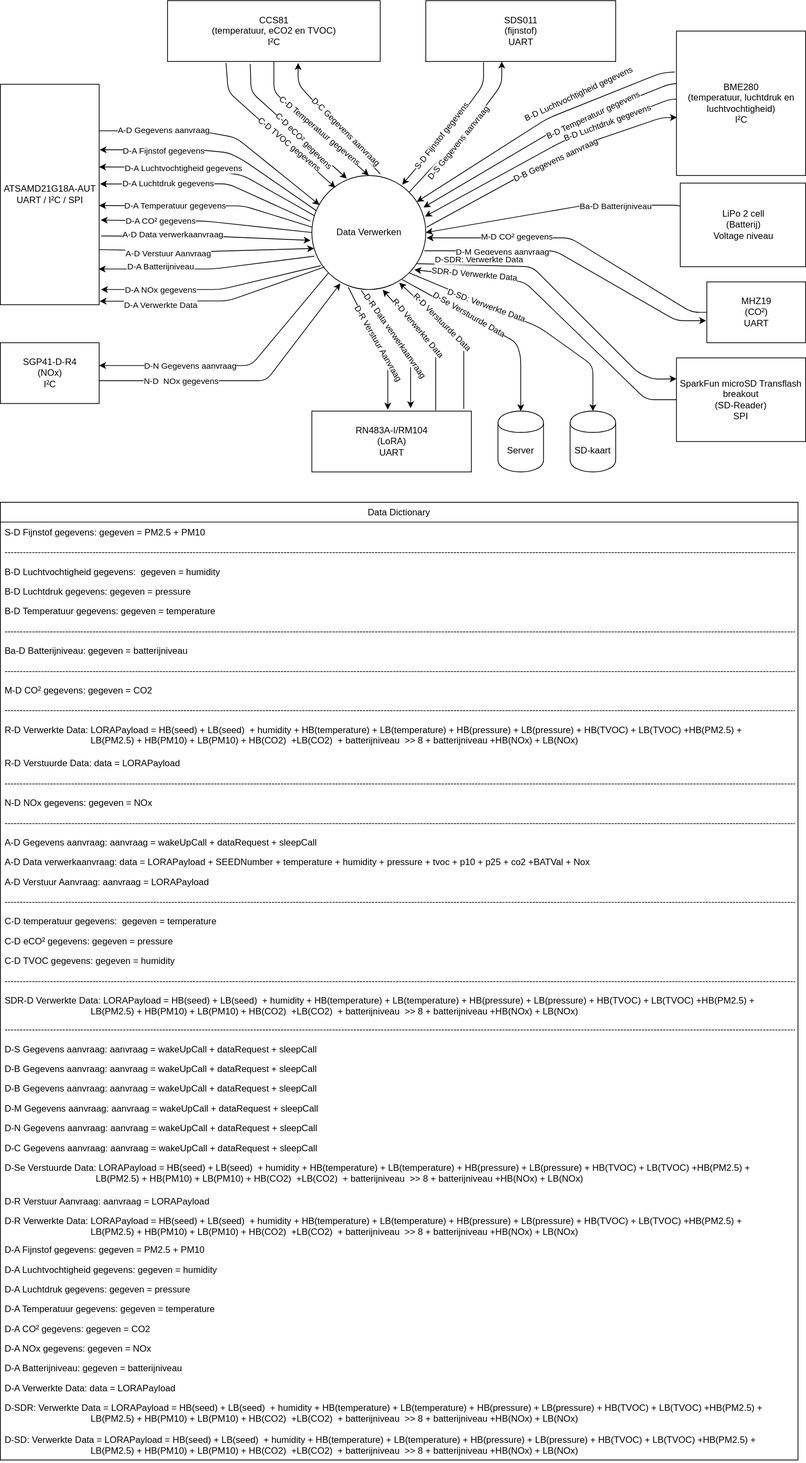
747oli/Luchtkwaliteitssensor_analyse keeps this draw.io diagram as assets/DataflowDiagram-SituationToBe.svg. Above is the earlier version. Source tidied: cells renumbered, new cells last; positions are measured from the earlier drawing's top-left corner, leaving out a move shared by most shapes.
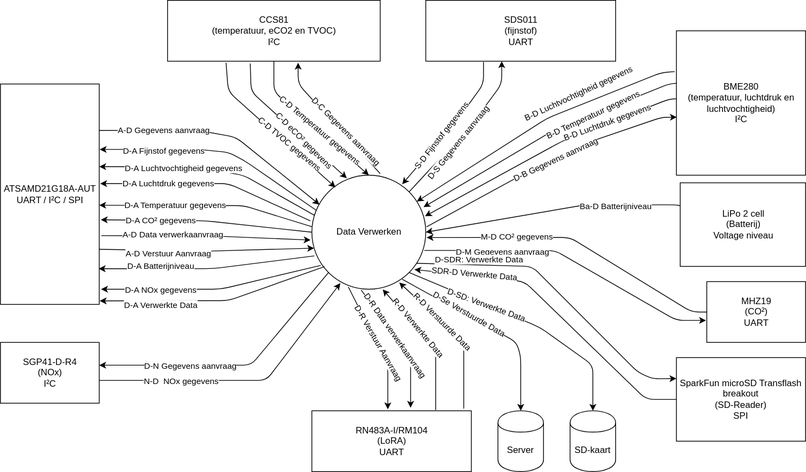
After the commit.

Commit message:
Fix Dataflow Diagram // Fix Flow Chart ATSAMD

What changed in the source:
```diff
@@ -370,141 +370,6 @@
     <mxCell id="65" value="D-A NOx gegevens" style="edgeLabel;html=1;align=center;verticalAlign=middle;" parent="1" vertex="1">
       <mxGeometry x="210" y="380" as="geometry" />
     </mxCell>
-    <mxCell id="66" value="Data Dictionary" style="swimlane;fontStyle=0;horizontal=1;startSize=26;fillColor=none;" parent="1" vertex="1">
-      <mxGeometry y="660" width="1050" height="1260" as="geometry" />
-    </mxCell>
-    <mxCell id="67" value="S-D Fijnstof gegevens: gegeven = PM2.5 + PM10" style="text;strokeColor=none;fillColor=none;align=left;verticalAlign=top;spacingLeft=4;spacingRight=4;overflow=hidden;fontStyle=0;" parent="66" vertex="1">
-      <mxGeometry y="26" width="1050" height="26" as="geometry" />
-    </mxCell>
-    <mxCell id="68" value="---------------------------------------------------------------------------------------------------------------------------------------------------------------------------------------------------------------------------------------------------------------------------------" style="text;strokeColor=none;fillColor=none;align=left;verticalAlign=top;spacingLeft=4;spacingRight=4;overflow=hidden;" parent="66" vertex="1">
-      <mxGeometry y="52" width="1050" height="26" as="geometry" />
-    </mxCell>
-    <mxCell id="69" value="B-D Luchtvochtigheid gegevens:  gegeven = humidity" style="text;strokeColor=none;fillColor=none;align=left;verticalAlign=top;spacingLeft=4;spacingRight=4;overflow=hidden;" parent="66" vertex="1">
-      <mxGeometry y="78" width="1050" height="26" as="geometry" />
-    </mxCell>
-    <mxCell id="70" value="B-D Luchtdruk gegevens: gegeven = pressure&#10;" style="text;strokeColor=none;fillColor=none;align=left;verticalAlign=top;spacingLeft=4;spacingRight=4;overflow=hidden;" parent="66" vertex="1">
-      <mxGeometry y="104" width="1050" height="26" as="geometry" />
-    </mxCell>
-    <mxCell id="71" value="B-D Temperatuur gegevens: gegeven = temperature" style="text;strokeColor=none;fillColor=none;align=left;verticalAlign=top;spacingLeft=4;spacingRight=4;overflow=hidden;" parent="66" vertex="1">
-      <mxGeometry y="130" width="1050" height="26" as="geometry" />
-    </mxCell>
-    <mxCell id="72" value="---------------------------------------------------------------------------------------------------------------------------------------------------------------------------------------------------------------------------------------------------------------------------------" style="text;strokeColor=none;fillColor=none;align=left;verticalAlign=top;spacingLeft=4;spacingRight=4;overflow=hidden;" parent="66" vertex="1">
-      <mxGeometry y="156" width="1050" height="26" as="geometry" />
-    </mxCell>
-    <mxCell id="73" value="Ba-D Batterijniveau: gegeven = batterijniveau" style="text;strokeColor=none;fillColor=none;align=left;verticalAlign=top;spacingLeft=4;spacingRight=4;overflow=hidden;" parent="66" vertex="1">
-      <mxGeometry y="182" width="1050" height="26" as="geometry" />
-    </mxCell>
-    <mxCell id="74" value="---------------------------------------------------------------------------------------------------------------------------------------------------------------------------------------------------------------------------------------------------------------------------------" style="text;strokeColor=none;fillColor=none;align=left;verticalAlign=top;spacingLeft=4;spacingRight=4;overflow=hidden;" parent="66" vertex="1">
-      <mxGeometry y="208" width="1050" height="26" as="geometry" />
-    </mxCell>
-    <mxCell id="75" value="M-D CO² gegevens: gegeven = CO2" style="text;strokeColor=none;fillColor=none;align=left;verticalAlign=top;spacingLeft=4;spacingRight=4;overflow=hidden;" parent="66" vertex="1">
-      <mxGeometry y="234" width="1050" height="26" as="geometry" />
-    </mxCell>
-    <mxCell id="76" value="---------------------------------------------------------------------------------------------------------------------------------------------------------------------------------------------------------------------------------------------------------------------------------" style="text;strokeColor=none;fillColor=none;align=left;verticalAlign=top;spacingLeft=4;spacingRight=4;overflow=hidden;" parent="66" vertex="1">
-      <mxGeometry y="260" width="1050" height="26" as="geometry" />
-    </mxCell>
-    <mxCell id="77" value="R-D Verwerkte Data: LORAPayload = HB(seed) + LB(seed)  + humidity + HB(temperature) + LB(temperature) + HB(pressure) + LB(pressure) + HB(TVOC) + LB(TVOC) +HB(PM2.5) + &#10;                                  LB(PM2.5) + HB(PM10) + LB(PM10) + HB(CO2)  +LB(CO2)  + batterijniveau  &gt;&gt; 8 + batterijniveau +HB(NOx) + LB(NOx) " style="text;strokeColor=none;fillColor=none;align=left;verticalAlign=top;spacingLeft=4;spacingRight=4;overflow=hidden;" parent="66" vertex="1">
-      <mxGeometry y="286" width="1050" height="44" as="geometry" />
-    </mxCell>
-    <mxCell id="78" value="R-D Verstuurde Data: data = LORAPayload" style="text;strokeColor=none;fillColor=none;align=left;verticalAlign=top;spacingLeft=4;spacingRight=4;overflow=hidden;" parent="66" vertex="1">
-      <mxGeometry y="330" width="1050" height="26" as="geometry" />
-    </mxCell>
-    <mxCell id="79" value="---------------------------------------------------------------------------------------------------------------------------------------------------------------------------------------------------------------------------------------------------------------------------------" style="text;strokeColor=none;fillColor=none;align=left;verticalAlign=top;spacingLeft=4;spacingRight=4;overflow=hidden;" parent="66" vertex="1">
-      <mxGeometry y="356" width="1050" height="26" as="geometry" />
-    </mxCell>
-    <mxCell id="80" value="N-D NOx gegevens: gegeven = NOx" style="text;strokeColor=none;fillColor=none;align=left;verticalAlign=top;spacingLeft=4;spacingRight=4;overflow=hidden;" parent="66" vertex="1">
-      <mxGeometry y="382" width="1050" height="26" as="geometry" />
-    </mxCell>
-    <mxCell id="81" value="---------------------------------------------------------------------------------------------------------------------------------------------------------------------------------------------------------------------------------------------------------------------------------" style="text;strokeColor=none;fillColor=none;align=left;verticalAlign=top;spacingLeft=4;spacingRight=4;overflow=hidden;" parent="66" vertex="1">
-      <mxGeometry y="408" width="1050" height="26" as="geometry" />
-    </mxCell>
-    <mxCell id="82" value="A-D Gegevens aanvraag: aanvraag = wakeUpCall + dataRequest + sleepCall" style="text;strokeColor=none;fillColor=none;align=left;verticalAlign=top;spacingLeft=4;spacingRight=4;overflow=hidden;" parent="66" vertex="1">
-      <mxGeometry y="434" width="1050" height="26" as="geometry" />
-    </mxCell>
-    <mxCell id="83" value="A-D Data verwerkaanvraag: data = LORAPayload + SEEDNumber + temperature + humidity + pressure + tvoc + p10 + p25 + co2 +BATVal + Nox" style="text;strokeColor=none;fillColor=none;align=left;verticalAlign=top;spacingLeft=4;spacingRight=4;overflow=hidden;" parent="66" vertex="1">
-      <mxGeometry y="460" width="1050" height="26" as="geometry" />
-    </mxCell>
-    <mxCell id="84" value="A-D Verstuur Aanvraag: aanvraag = LORAPayload" style="text;strokeColor=none;fillColor=none;align=left;verticalAlign=top;spacingLeft=4;spacingRight=4;overflow=hidden;" parent="66" vertex="1">
-      <mxGeometry y="486" width="1050" height="26" as="geometry" />
-    </mxCell>
-    <mxCell id="85" value="---------------------------------------------------------------------------------------------------------------------------------------------------------------------------------------------------------------------------------------------------------------------------------" style="text;strokeColor=none;fillColor=none;align=left;verticalAlign=top;spacingLeft=4;spacingRight=4;overflow=hidden;" parent="66" vertex="1">
-      <mxGeometry y="512" width="1050" height="26" as="geometry" />
-    </mxCell>
-    <mxCell id="86" value="C-D temperatuur gegevens:  gegeven = temperature" style="text;strokeColor=none;fillColor=none;align=left;verticalAlign=top;spacingLeft=4;spacingRight=4;overflow=hidden;" parent="66" vertex="1">
-      <mxGeometry y="538" width="1050" height="26" as="geometry" />
-    </mxCell>
-    <mxCell id="87" value="C-D eCO² gegevens: gegeven = pressure" style="text;strokeColor=none;fillColor=none;align=left;verticalAlign=top;spacingLeft=4;spacingRight=4;overflow=hidden;" parent="66" vertex="1">
-      <mxGeometry y="564" width="1050" height="26" as="geometry" />
-    </mxCell>
-    <mxCell id="88" value="C-D TVOC gegevens: gegeven = humidity" style="text;strokeColor=none;fillColor=none;align=left;verticalAlign=top;spacingLeft=4;spacingRight=4;overflow=hidden;" parent="66" vertex="1">
-      <mxGeometry y="590" width="1050" height="26" as="geometry" />
-    </mxCell>
-    <mxCell id="89" value="---------------------------------------------------------------------------------------------------------------------------------------------------------------------------------------------------------------------------------------------------------------------------------" style="text;strokeColor=none;fillColor=none;align=left;verticalAlign=top;spacingLeft=4;spacingRight=4;overflow=hidden;" parent="66" vertex="1">
-      <mxGeometry y="616" width="1050" height="26" as="geometry" />
-    </mxCell>
-    <mxCell id="90" value="SDR-D Verwerkte Data: LORAPayload = HB(seed) + LB(seed)  + humidity + HB(temperature) + LB(temperature) + HB(pressure) + LB(pressure) + HB(TVOC) + LB(TVOC) +HB(PM2.5) + &#10;                                  LB(PM2.5) + HB(PM10) + LB(PM10) + HB(CO2)  +LB(CO2)  + batterijniveau  &gt;&gt; 8 + batterijniveau +HB(NOx) + LB(NOx) " style="text;strokeColor=none;fillColor=none;align=left;verticalAlign=top;spacingLeft=4;spacingRight=4;overflow=hidden;" parent="66" vertex="1">
-      <mxGeometry y="642" width="1050" height="38" as="geometry" />
-    </mxCell>
-    <mxCell id="91" value="---------------------------------------------------------------------------------------------------------------------------------------------------------------------------------------------------------------------------------------------------------------------------------" style="text;strokeColor=none;fillColor=none;align=left;verticalAlign=top;spacingLeft=4;spacingRight=4;overflow=hidden;" parent="66" vertex="1">
-      <mxGeometry y="680" width="1050" height="26" as="geometry" />
-    </mxCell>
-    <mxCell id="92" value="D-S Gegevens aanvraag: aanvraag = wakeUpCall + dataRequest + sleepCall" style="text;strokeColor=none;fillColor=none;align=left;verticalAlign=top;spacingLeft=4;spacingRight=4;overflow=hidden;" parent="66" vertex="1">
-      <mxGeometry y="706" width="1050" height="26" as="geometry" />
-    </mxCell>
-    <mxCell id="93" value="D-B Gegevens aanvraag: aanvraag = wakeUpCall + dataRequest + sleepCall" style="text;strokeColor=none;fillColor=none;align=left;verticalAlign=top;spacingLeft=4;spacingRight=4;overflow=hidden;" parent="66" vertex="1">
-      <mxGeometry y="732" width="1050" height="26" as="geometry" />
-    </mxCell>
-    <mxCell id="94" value="D-B Gegevens aanvraag: aanvraag = wakeUpCall + dataRequest + sleepCall" style="text;strokeColor=none;fillColor=none;align=left;verticalAlign=top;spacingLeft=4;spacingRight=4;overflow=hidden;" parent="66" vertex="1">
-      <mxGeometry y="758" width="1050" height="26" as="geometry" />
-    </mxCell>
-    <mxCell id="95" value="D-M Gegevens aanvraag: aanvraag = wakeUpCall + dataRequest + sleepCall" style="text;strokeColor=none;fillColor=none;align=left;verticalAlign=top;spacingLeft=4;spacingRight=4;overflow=hidden;" parent="66" vertex="1">
-      <mxGeometry y="784" width="1050" height="26" as="geometry" />
-    </mxCell>
-    <mxCell id="96" value="D-N Gegevens aanvraag: aanvraag = wakeUpCall + dataRequest + sleepCall" style="text;strokeColor=none;fillColor=none;align=left;verticalAlign=top;spacingLeft=4;spacingRight=4;overflow=hidden;" parent="66" vertex="1">
-      <mxGeometry y="810" width="1050" height="26" as="geometry" />
-    </mxCell>
-    <mxCell id="97" value="D-C Gegevens aanvraag: aanvraag = wakeUpCall + dataRequest + sleepCall" style="text;strokeColor=none;fillColor=none;align=left;verticalAlign=top;spacingLeft=4;spacingRight=4;overflow=hidden;" parent="66" vertex="1">
-      <mxGeometry y="836" width="1050" height="26" as="geometry" />
-    </mxCell>
-    <mxCell id="98" value="D-Se Verstuurde Data: LORAPayload = HB(seed) + LB(seed)  + humidity + HB(temperature) + LB(temperature) + HB(pressure) + LB(pressure) + HB(TVOC) + LB(TVOC) +HB(PM2.5) +&#10;                                    LB(PM2.5) + HB(PM10) + LB(PM10) + HB(CO2)  +LB(CO2)  + batterijniveau  &gt;&gt; 8 + batterijniveau +HB(NOx) + LB(NOx) " style="text;strokeColor=none;fillColor=none;align=left;verticalAlign=top;spacingLeft=4;spacingRight=4;overflow=hidden;" parent="66" vertex="1">
-      <mxGeometry y="862" width="1050" height="44" as="geometry" />
-    </mxCell>
-    <mxCell id="99" value="D-R Verstuur Aanvraag: aanvraag = LORAPayload" style="text;strokeColor=none;fillColor=none;align=left;verticalAlign=top;spacingLeft=4;spacingRight=4;overflow=hidden;" parent="66" vertex="1">
-      <mxGeometry y="906" width="1050" height="26" as="geometry" />
-    </mxCell>
-    <mxCell id="100" value="D-R Verwerkte Data: LORAPayload = HB(seed) + LB(seed)  + humidity + HB(temperature) + LB(temperature) + HB(pressure) + LB(pressure) + HB(TVOC) + LB(TVOC) +HB(PM2.5) +&#10;                                  LB(PM2.5) + HB(PM10) + LB(PM10) + HB(CO2)  +LB(CO2)  + batterijniveau  &gt;&gt; 8 + batterijniveau +HB(NOx) + LB(NOx) " style="text;strokeColor=none;fillColor=none;align=left;verticalAlign=top;spacingLeft=4;spacingRight=4;overflow=hidden;" parent="66" vertex="1">
-      <mxGeometry y="932" width="1050" height="38" as="geometry" />
-    </mxCell>
-    <mxCell id="101" value="D-A Fijnstof gegevens: gegeven = PM2.5 + PM10" style="text;strokeColor=none;fillColor=none;align=left;verticalAlign=top;spacingLeft=4;spacingRight=4;overflow=hidden;" parent="66" vertex="1">
-      <mxGeometry y="970" width="1050" height="26" as="geometry" />
-    </mxCell>
-    <mxCell id="102" value="D-A Luchtvochtigheid gegevens: gegeven = humidity" style="text;strokeColor=none;fillColor=none;align=left;verticalAlign=top;spacingLeft=4;spacingRight=4;overflow=hidden;" parent="66" vertex="1">
-      <mxGeometry y="996" width="1050" height="26" as="geometry" />
-    </mxCell>
-    <mxCell id="103" value="D-A Luchtdruk gegevens: gegeven = pressure" style="text;strokeColor=none;fillColor=none;align=left;verticalAlign=top;spacingLeft=4;spacingRight=4;overflow=hidden;" parent="66" vertex="1">
-      <mxGeometry y="1022" width="1050" height="26" as="geometry" />
-    </mxCell>
-    <mxCell id="104" value="D-A Temperatuur gegevens: gegeven = temperature" style="text;strokeColor=none;fillColor=none;align=left;verticalAlign=top;spacingLeft=4;spacingRight=4;overflow=hidden;" parent="66" vertex="1">
-      <mxGeometry y="1048" width="1050" height="26" as="geometry" />
-    </mxCell>
-    <mxCell id="105" value="D-A CO² gegevens: gegeven = CO2" style="text;strokeColor=none;fillColor=none;align=left;verticalAlign=top;spacingLeft=4;spacingRight=4;overflow=hidden;" parent="66" vertex="1">
-      <mxGeometry y="1074" width="1050" height="26" as="geometry" />
-    </mxCell>
-    <mxCell id="106" value="D-A NOx gegevens: gegeven = NOx" style="text;strokeColor=none;fillColor=none;align=left;verticalAlign=top;spacingLeft=4;spacingRight=4;overflow=hidden;" parent="66" vertex="1">
-      <mxGeometry y="1100" width="1050" height="26" as="geometry" />
-    </mxCell>
-    <mxCell id="107" value="D-A Batterijniveau: gegeven = batterijniveau" style="text;strokeColor=none;fillColor=none;align=left;verticalAlign=top;spacingLeft=4;spacingRight=4;overflow=hidden;" parent="66" vertex="1">
-      <mxGeometry y="1126" width="1050" height="26" as="geometry" />
-    </mxCell>
-    <mxCell id="108" value="D-A Verwerkte Data: data = LORAPayload" style="text;strokeColor=none;fillColor=none;align=left;verticalAlign=top;spacingLeft=4;spacingRight=4;overflow=hidden;" parent="66" vertex="1">
-      <mxGeometry y="1152" width="1050" height="26" as="geometry" />
-    </mxCell>
-    <mxCell id="109" value="D-SDR: Verwerkte Data = LORAPayload = HB(seed) + LB(seed)  + humidity + HB(temperature) + LB(temperature) + HB(pressure) + LB(pressure) + HB(TVOC) + LB(TVOC) +HB(PM2.5) +&#10;                                  LB(PM2.5) + HB(PM10) + LB(PM10) + HB(CO2)  +LB(CO2)  + batterijniveau  &gt;&gt; 8 + batterijniveau +HB(NOx) + LB(NOx) " style="text;strokeColor=none;fillColor=none;align=left;verticalAlign=top;spacingLeft=4;spacingRight=4;overflow=hidden;" parent="66" vertex="1">
-      <mxGeometry y="1178" width="1050" height="42" as="geometry" />
-    </mxCell>
-    <mxCell id="110" value="D-SD: Verwerkte Data = LORAPayload = HB(seed) + LB(seed)  + humidity + HB(temperature) + LB(temperature) + HB(pressure) + LB(pressure) + HB(TVOC) + LB(TVOC) +HB(PM2.5) +&#10;                                  LB(PM2.5) + HB(PM10) + LB(PM10) + HB(CO2)  +LB(CO2)  + batterijniveau  &gt;&gt; 8 + batterijniveau +HB(NOx) + LB(NOx) " style="text;strokeColor=none;fillColor=none;align=left;verticalAlign=top;spacingLeft=4;spacingRight=4;overflow=hidden;" parent="66" vertex="1">
-      <mxGeometry y="1220" width="1050" height="40" as="geometry" />
-    </mxCell>
     <mxCell id="111" value="LiPo 2 cell&lt;br&gt;(Batterij)&lt;br&gt;Voltage niveau" style="html=1;dashed=0;whitespace=wrap;" parent="1" vertex="1">
       <mxGeometry x="895" y="240" width="165" height="110" as="geometry" />
     </mxCell>
```
